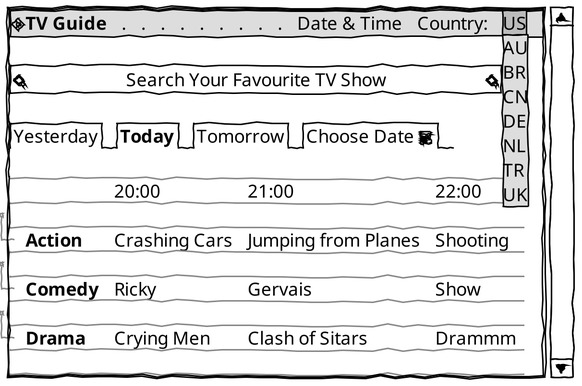
yenerunver/tv-guide keeps this PlantUML diagram as docs/ListView.mockup.png. Above is the earlier version.
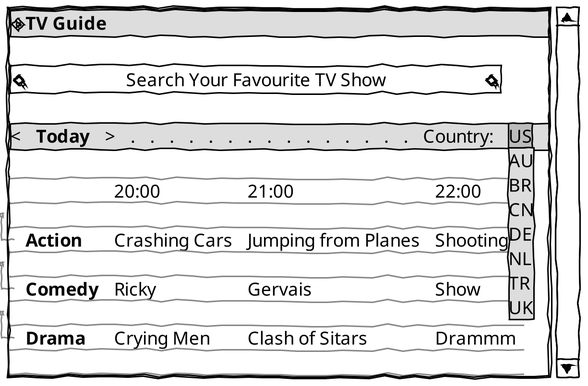
Later version of the same file.

Change to the diagram source:
```diff
@@ -4,14 +4,14 @@
 skinparam Backgroundcolor white
 {SI
 {+
-{* <&play-circle><b>TV Guide | .|.|.|.|.|.|.|.|.|Date & Time | Country: | US
- US | AU| BR | CN | DE | NL | TR | UK }
+{* <&play-circle><b>TV Guide }
 .
 {+
 <&magnifying-glass>                      Search Your Favourite TV Show                      <&magnifying-glass>
 }
 .
-{/ Yesterday | <b>Today | Tomorrow | Choose Date <&calendar>  }
+{* < | <b>Today | > | . | . | . | . | . | . | . | . | . | . | . | . | . | . | . | Country: | US
+ US | AU | BR | CN | DE | NL | TR | UK }
 .
 {T-
 +           | 20:00 | 21:00 | 22:00
```
